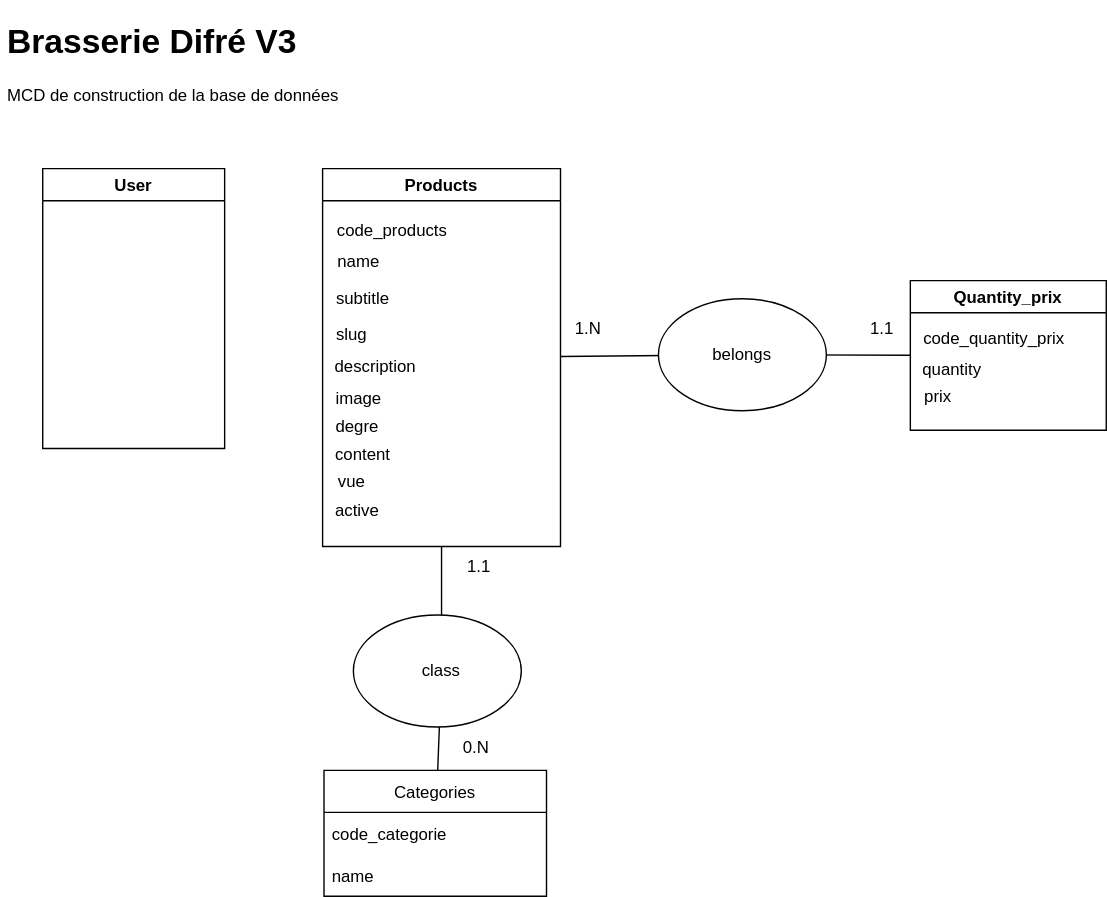
Before: sources/mcd.drawio.svg, a diagram exported from draw.io (maitrecanard/brasseriedifre_v3). Source tidied: cells renumbered, new cells last; positions are measured from the earlier drawing's top-left corner, leaving out a move shared by most shapes.
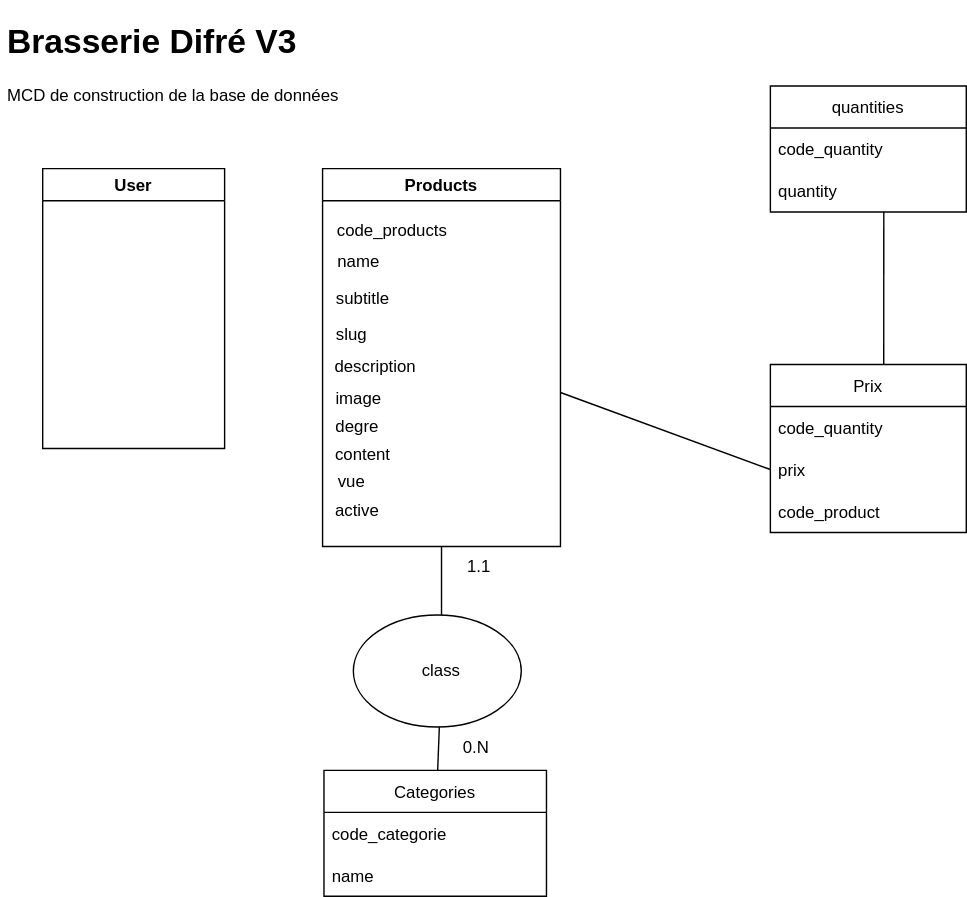
The same file after the commit.

Commit message:
modification du MCD

Diff of the diagram source:
```diff
@@ -2,18 +2,12 @@
   <root>
     <mxCell id="0" />
     <mxCell id="1" parent="0" />
-    <mxCell id="2" style="edgeStyle=none;html=1;" parent="1" edge="1" source="20" target="19">
-      <mxGeometry relative="1" as="geometry" />
-    </mxCell>
     <mxCell id="3" value="&lt;h1&gt;Brasserie Difré V3&lt;/h1&gt;&lt;p&gt;MCD de construction de la base de données&lt;/p&gt;" style="text;html=1;strokeColor=none;fillColor=none;spacing=5;spacingTop=-20;whiteSpace=wrap;overflow=hidden;rounded=0;" parent="1" vertex="1">
       <mxGeometry width="400" height="110" as="geometry" />
     </mxCell>
     <mxCell id="4" value="User" style="swimlane;" parent="1" vertex="1">
       <mxGeometry x="30" y="110" width="130" height="200" as="geometry" />
     </mxCell>
-    <mxCell id="5" style="edgeStyle=none;html=1;" parent="1" edge="1" source="7" target="19">
-      <mxGeometry relative="1" as="geometry" />
-    </mxCell>
     <mxCell id="6" style="edgeStyle=none;html=1;" parent="1" edge="1" source="7" target="29">
       <mxGeometry relative="1" as="geometry" />
     </mxCell>
@@ -50,24 +44,6 @@
     <mxCell id="17" value="active" style="text;html=1;strokeColor=none;fillColor=none;align=center;verticalAlign=middle;whiteSpace=wrap;rounded=0;" parent="7" vertex="1">
       <mxGeometry x="-5" y="230" width="60" height="30" as="geometry" />
     </mxCell>
-    <mxCell id="18" style="ellipse;whiteSpace=wrap;html=1;" parent="1" vertex="1">
-      <mxGeometry x="470" y="203" width="120" height="80" as="geometry" />
-    </mxCell>
-    <mxCell id="19" value="belongs" style="text;html=1;strokeColor=none;fillColor=none;align=center;verticalAlign=middle;whiteSpace=wrap;rounded=0;" parent="1" vertex="1">
-      <mxGeometry x="500" y="228" width="60" height="30" as="geometry" />
-    </mxCell>
-    <mxCell id="20" value="Quantity_prix" style="swimlane;" parent="1" vertex="1">
-      <mxGeometry x="650" y="190" width="140" height="107" as="geometry" />
-    </mxCell>
-    <mxCell id="21" value="code_quantity_prix" style="text;html=1;strokeColor=none;fillColor=none;align=center;verticalAlign=middle;whiteSpace=wrap;rounded=0;" parent="20" vertex="1">
-      <mxGeometry x="30" y="27" width="60" height="30" as="geometry" />
-    </mxCell>
-    <mxCell id="22" value="quantity" style="text;html=1;strokeColor=none;fillColor=none;align=center;verticalAlign=middle;whiteSpace=wrap;rounded=0;" parent="20" vertex="1">
-      <mxGeometry y="49" width="60" height="30" as="geometry" />
-    </mxCell>
-    <mxCell id="23" value="prix" style="text;html=1;strokeColor=none;fillColor=none;align=center;verticalAlign=middle;whiteSpace=wrap;rounded=0;" parent="20" vertex="1">
-      <mxGeometry x="-10" y="68" width="60" height="30" as="geometry" />
-    </mxCell>
     <mxCell id="24" style="edgeStyle=none;html=1;" parent="1" edge="1" source="25" target="29">
       <mxGeometry relative="1" as="geometry" />
     </mxCell>
@@ -86,17 +62,43 @@
     <mxCell id="29" value="class" style="text;html=1;strokeColor=none;fillColor=none;align=center;verticalAlign=middle;whiteSpace=wrap;rounded=0;" parent="1" vertex="1">
       <mxGeometry x="285" y="454" width="60" height="30" as="geometry" />
     </mxCell>
-    <mxCell id="30" value="1.N" style="text;html=1;strokeColor=none;fillColor=none;align=center;verticalAlign=middle;whiteSpace=wrap;rounded=0;" parent="1" vertex="1">
-      <mxGeometry x="390" y="210" width="60" height="30" as="geometry" />
-    </mxCell>
-    <mxCell id="31" value="1.1" style="text;html=1;strokeColor=none;fillColor=none;align=center;verticalAlign=middle;whiteSpace=wrap;rounded=0;" parent="1" vertex="1">
-      <mxGeometry x="600" y="210" width="60" height="30" as="geometry" />
-    </mxCell>
     <mxCell id="32" value="1.1" style="text;html=1;strokeColor=none;fillColor=none;align=center;verticalAlign=middle;whiteSpace=wrap;rounded=0;" parent="1" vertex="1">
       <mxGeometry x="312" y="380" width="60" height="30" as="geometry" />
     </mxCell>
     <mxCell id="33" value="0.N" style="text;html=1;strokeColor=none;fillColor=none;align=center;verticalAlign=middle;whiteSpace=wrap;rounded=0;" parent="1" vertex="1">
       <mxGeometry x="310" y="509" width="60" height="30" as="geometry" />
     </mxCell>
+    <mxCell id="34" value="Prix" style="swimlane;fontStyle=0;horizontal=1;startSize=30;" parent="1" vertex="1">
+      <mxGeometry x="550" y="250" width="140" height="120" as="geometry" />
+    </mxCell>
+    <mxCell id="35" value="code_quantity" style="text;strokeColor=none;fillColor=none;align=left;verticalAlign=middle;spacingLeft=4;spacingRight=4;overflow=hidden;" parent="34" vertex="1">
+      <mxGeometry y="30" width="140" height="30" as="geometry" />
+    </mxCell>
+    <mxCell id="23" value="prix" style="text;strokeColor=none;fillColor=none;align=left;verticalAlign=middle;spacingLeft=4;spacingRight=4;overflow=hidden;points=[[0,0.5],[1,0.5]];portConstraint=eastwest;" parent="34" vertex="1">
+      <mxGeometry y="60" width="140" height="30" as="geometry" />
+    </mxCell>
+    <mxCell id="36" value="code_product" style="text;strokeColor=none;fillColor=none;align=left;verticalAlign=middle;spacingLeft=4;spacingRight=4;overflow=hidden;" parent="34" vertex="1">
+      <mxGeometry y="90" width="140" height="30" as="geometry" />
+    </mxCell>
+    <mxCell id="37" value="quantities" style="swimlane;fontStyle=0;horizontal=1;startSize=30;" parent="1" vertex="1">
+      <mxGeometry x="550" y="51" width="140" height="90" as="geometry" />
+    </mxCell>
+    <mxCell id="38" value="code_quantity" style="text;strokeColor=none;fillColor=none;align=left;verticalAlign=middle;spacingLeft=4;spacingRight=4;overflow=hidden;" parent="37" vertex="1">
+      <mxGeometry y="30" width="140" height="30" as="geometry" />
+    </mxCell>
+    <mxCell id="22" value="quantity" style="text;strokeColor=none;fillColor=none;align=left;verticalAlign=middle;spacingLeft=4;spacingRight=4;overflow=hidden;" parent="37" vertex="1">
+      <mxGeometry y="60" width="140" height="30" as="geometry" />
+    </mxCell>
+    <mxCell id="39" style="endArrow=none;html=1;entryX=0;entryY=0.5;entryDx=0;entryDy=0;" parent="1" edge="1" target="23">
+      <mxGeometry relative="1" as="geometry">
+        <mxPoint x="400" y="270" as="sourcePoint" />
+      </mxGeometry>
+    </mxCell>
+    <mxCell id="40" style="endArrow=none;html=1;entryX=0.579;entryY=1.033;entryDx=0;entryDy=0;entryPerimeter=0;" parent="1" edge="1">
+      <mxGeometry relative="1" as="geometry">
+        <mxPoint x="631" y="250" as="sourcePoint" />
+        <mxPoint x="631.1" y="141" as="targetPoint" />
+      </mxGeometry>
+    </mxCell>
   </root>
 </mxGraphModel>
```
